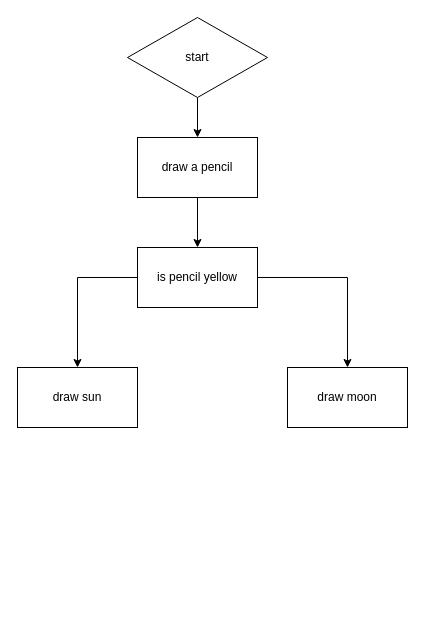
This is random.drawio from ChloeXZheng/Flowcharts, a draw.io file, before an edit. Source tidied: cells renumbered, new cells numbered last; positions are measured from the earlier drawing's top-left corner, leaving out a move shared by most shapes. Both pictures are drawn from the tidied source at 100%, with x=0, y=0 at pixel (17, 17).
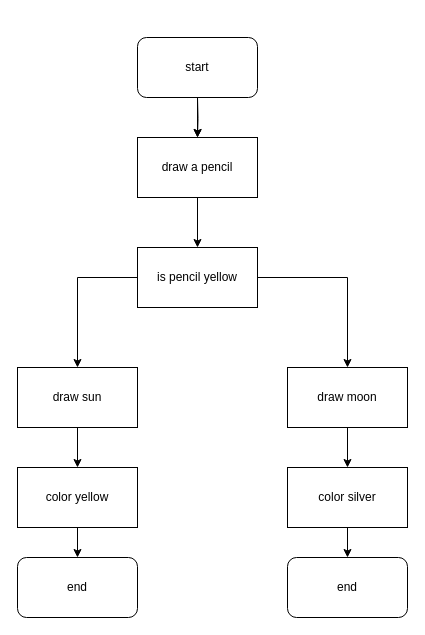
After the change.

Unchanged cells that the change refers to:
```xml
<mxCell id="5" value="draw a pencil" style="rounded=0;whiteSpace=wrap;html=1;" parent="1" vertex="1">
  <mxGeometry x="120" y="120" width="120" height="60" as="geometry" />
</mxCell>
<mxCell id="9" value="draw sun" style="rounded=0;whiteSpace=wrap;html=1;" parent="1" vertex="1">
  <mxGeometry y="350" width="120" height="60" as="geometry" />
</mxCell>
<mxCell id="10" value="draw moon" style="rounded=0;whiteSpace=wrap;html=1;" parent="1" vertex="1">
  <mxGeometry x="270" y="350" width="120" height="60" as="geometry" />
</mxCell>
```

Diff of the diagram source:
```diff
@@
-    <mxCell id="2" style="edgeStyle=orthogonalEdgeStyle;rounded=0;jettySize=auto;html=1;exitX=0.5;exitY=1;exitDx=0;exitDy=0;" parent="1" edge="1" source="3" target="5">
-      <mxGeometry relative="1" as="geometry" />
+    <mxCell id="2" style="edgeStyle=orthogonalEdgeStyle;rounded=0;jettySize=auto;html=1;exitX=0.5;exitY=1;exitDx=0;exitDy=0;" parent="1" edge="1" target="5">
+      <mxGeometry relative="1" as="geometry">
+        <mxPoint x="180" y="80" as="sourcePoint" />
+      </mxGeometry>
     </mxCell>
-    <mxCell id="3" value="start" style="rhombus;whiteSpace=wrap;html=1;" parent="1" vertex="1">
-      <mxGeometry x="110" width="140" height="80" as="geometry" />
-    </mxCell>
@@
+    <mxCell id="11" style="edgeStyle=orthogonalEdgeStyle;rounded=0;jettySize=auto;html=1;" parent="1" edge="1" source="9" target="15">
+      <mxGeometry relative="1" as="geometry" />
+    </mxCell>
@@
+    <mxCell id="12" style="edgeStyle=orthogonalEdgeStyle;rounded=0;jettySize=auto;html=1;" parent="1" edge="1" source="10" target="17">
+      <mxGeometry relative="1" as="geometry" />
+    </mxCell>
@@
+    <mxCell id="13" style="edgeStyle=orthogonalEdgeStyle;rounded=0;jettySize=auto;html=1;" parent="1" edge="1" source="3" target="5">
+      <mxGeometry relative="1" as="geometry" />
+    </mxCell>
+    <mxCell id="3" value="start" style="rounded=1;whiteSpace=wrap;html=1;" parent="1" vertex="1">
+      <mxGeometry x="120" y="20" width="120" height="60" as="geometry" />
+    </mxCell>
+    <mxCell id="14" style="edgeStyle=orthogonalEdgeStyle;rounded=0;jettySize=auto;html=1;" parent="1" edge="1" source="15" target="18">
+      <mxGeometry relative="1" as="geometry" />
+    </mxCell>
+    <mxCell id="15" value="color yellow" style="rounded=0;whiteSpace=wrap;html=1;" parent="1" vertex="1">
+      <mxGeometry y="450" width="120" height="60" as="geometry" />
+    </mxCell>
+    <mxCell id="16" style="edgeStyle=orthogonalEdgeStyle;rounded=0;jettySize=auto;html=1;" parent="1" edge="1" source="17" target="19">
+      <mxGeometry relative="1" as="geometry" />
+    </mxCell>
+    <mxCell id="17" value="color silver" style="rounded=0;whiteSpace=wrap;html=1;" parent="1" vertex="1">
+      <mxGeometry x="270" y="450" width="120" height="60" as="geometry" />
+    </mxCell>
+    <mxCell id="18" value="end" style="rounded=1;whiteSpace=wrap;html=1;" parent="1" vertex="1">
+      <mxGeometry y="540" width="120" height="60" as="geometry" />
+    </mxCell>
+    <mxCell id="19" value="end" style="rounded=1;whiteSpace=wrap;html=1;" parent="1" vertex="1">
+      <mxGeometry x="270" y="540" width="120" height="60" as="geometry" />
+    </mxCell>
```
